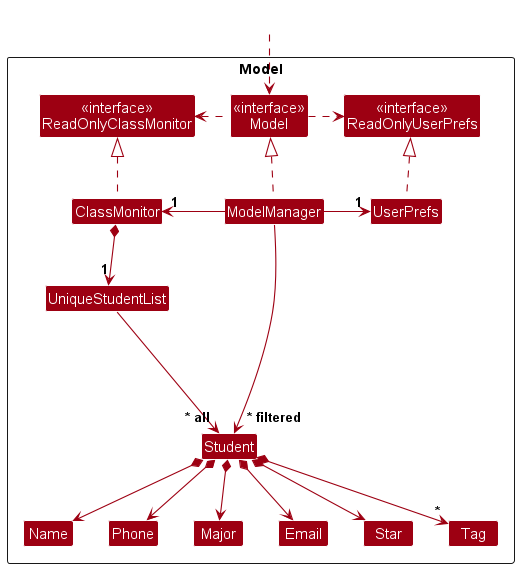
This is docs/images/ModelClassDiagram.png from c-wenlong/tp, a PlantUML export, as it was before one commit.
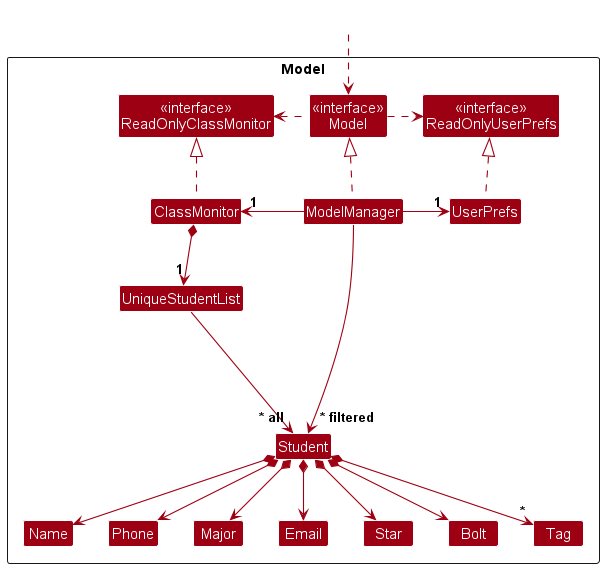
The same diagram one commit later.

Commit message:
Include Bolt in Design of Model component

What changed in the source:
```diff
@@ -19,6 +19,7 @@
 Class Name
 Class Phone
 Class Star
+Class Bolt
 Class Tag
 
 Class I #FFFFFF
@@ -43,6 +44,7 @@
 Student *--> Email
 Student *--> Major
 Student *--> Star
+Student *--> Bolt
 Student *--> "*" Tag
 
 Student -[hidden]up--> I
```
